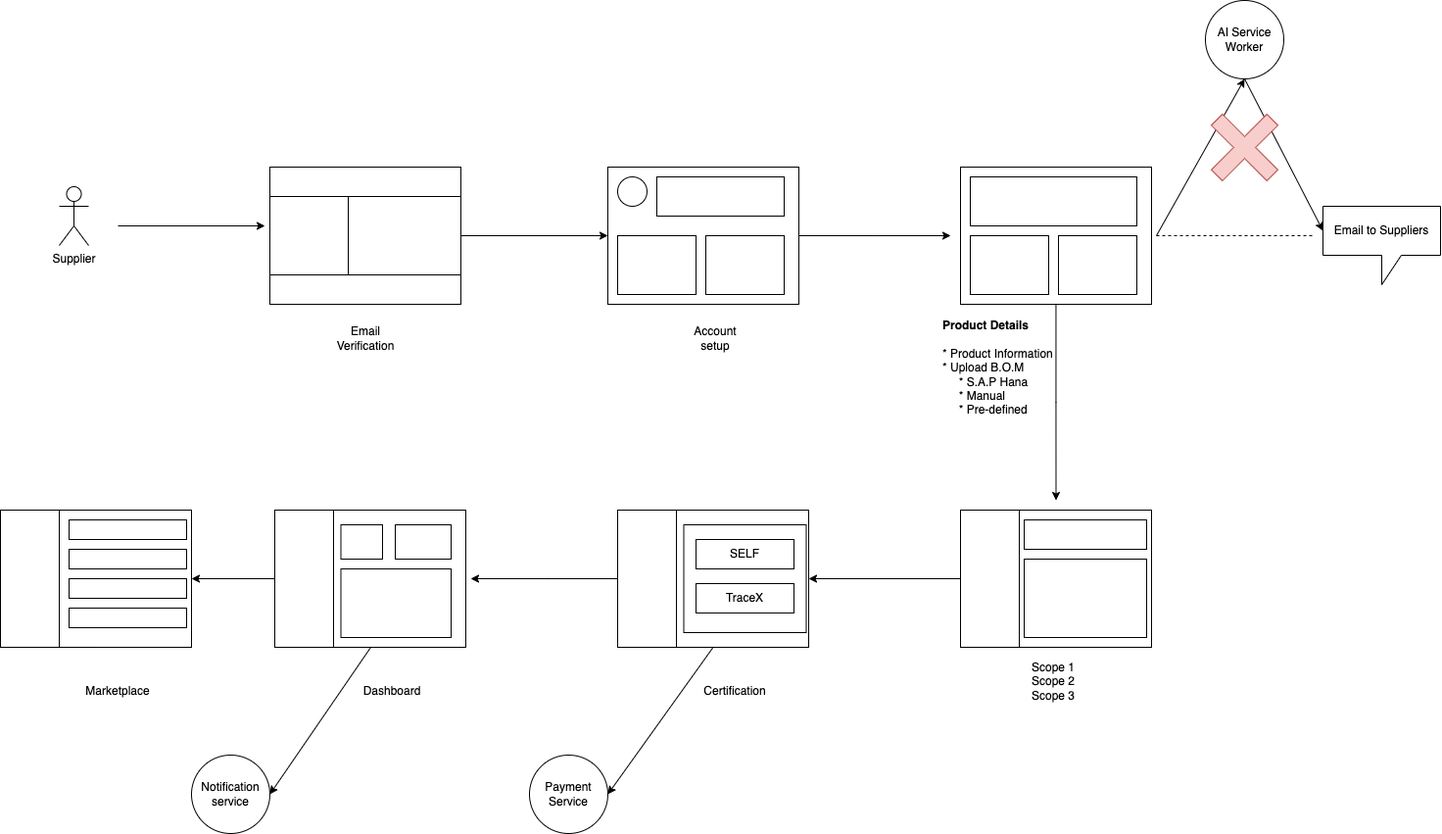
The draw.io diagram system-diagram-tracex.drawio.png in PriyathamVarma/traceX, before a commit. Source tidied: cells renumbered, new cells last; positions are measured from the earlier drawing's top-left corner, leaving out a move shared by most shapes.
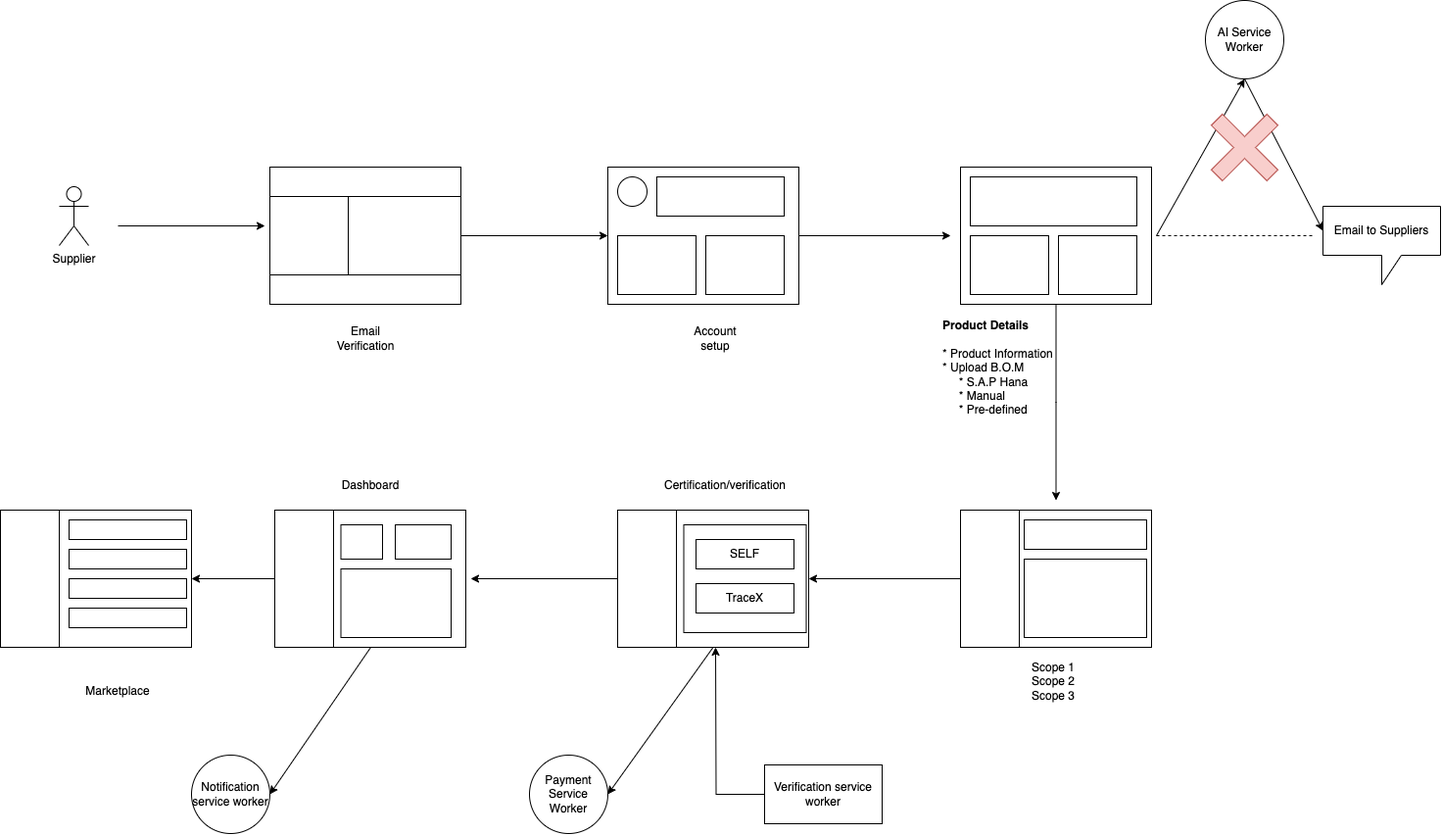
After the change.

The edit, as a diff of the source:
```diff
@@ -127,8 +127,8 @@
     <mxCell id="38" style="rounded=0;whiteSpace=wrap;html=1;" parent="1" vertex="1">
       <mxGeometry x="630" y="520" width="60" height="140" as="geometry" />
     </mxCell>
-    <mxCell id="39" value="Certification" style="text;html=1;strokeColor=none;fillColor=none;align=center;verticalAlign=middle;whiteSpace=wrap;rounded=0;" parent="1" vertex="1">
-      <mxGeometry x="720" y="690" width="60" height="30" as="geometry" />
+    <mxCell id="39" value="Certification/verification" style="text;html=1;strokeColor=none;fillColor=none;align=center;verticalAlign=middle;whiteSpace=wrap;rounded=0;" parent="1" vertex="1">
+      <mxGeometry x="710" y="480" width="60" height="30" as="geometry" />
     </mxCell>
     <mxCell id="40" value="SELF" style="rounded=0;whiteSpace=wrap;html=1;" parent="1" vertex="1">
       <mxGeometry x="710" y="550" width="100" height="30" as="geometry" />
@@ -136,7 +136,7 @@
     <mxCell id="41" value="TraceX" style="rounded=0;whiteSpace=wrap;html=1;" parent="1" vertex="1">
       <mxGeometry x="710" y="595" width="100" height="30" as="geometry" />
     </mxCell>
-    <mxCell id="42" value="Payment Service" style="ellipse;whiteSpace=wrap;html=1;" parent="1" vertex="1">
+    <mxCell id="42" value="Payment Service Worker" style="ellipse;whiteSpace=wrap;html=1;" parent="1" vertex="1">
       <mxGeometry x="540" y="770" width="80" height="80" as="geometry" />
     </mxCell>
     <mxCell id="43" style="endArrow=classic;html=1;rounded=0;exitX=0.5;exitY=1;exitDx=0;exitDy=0;entryX=1;entryY=0.5;entryDx=0;entryDy=0;" parent="1" edge="1" source="35" target="42">
@@ -155,7 +155,7 @@
       <mxGeometry x="280" y="520" width="60" height="140" as="geometry" />
     </mxCell>
     <mxCell id="48" value="Dashboard" style="text;html=1;strokeColor=none;fillColor=none;align=center;verticalAlign=middle;whiteSpace=wrap;rounded=0;" parent="1" vertex="1">
-      <mxGeometry x="370" y="690" width="60" height="30" as="geometry" />
+      <mxGeometry x="347.5" y="480" width="60" height="30" as="geometry" />
     </mxCell>
     <mxCell id="49" style="rounded=0;whiteSpace=wrap;html=1;" parent="1" vertex="1">
       <mxGeometry x="403" y="535" width="57" height="35" as="geometry" />
@@ -184,7 +184,7 @@
     <mxCell id="57" value="Marketplace" style="text;html=1;strokeColor=none;fillColor=none;align=center;verticalAlign=middle;whiteSpace=wrap;rounded=0;" parent="1" vertex="1">
       <mxGeometry x="90" y="690" width="60" height="30" as="geometry" />
     </mxCell>
-    <mxCell id="58" value="Notification service" style="ellipse;whiteSpace=wrap;html=1;" parent="1" vertex="1">
+    <mxCell id="58" value="Notification service worker" style="ellipse;whiteSpace=wrap;html=1;" parent="1" vertex="1">
       <mxGeometry x="195" y="770" width="80" height="80" as="geometry" />
     </mxCell>
     <mxCell id="59" style="endArrow=classic;html=1;rounded=0;exitX=0.5;exitY=1;exitDx=0;exitDy=0;entryX=1;entryY=0.5;entryDx=0;entryDy=0;" parent="1" edge="1" target="58">
@@ -192,5 +192,13 @@
         <mxPoint x="378" y="660" as="sourcePoint" />
       </mxGeometry>
     </mxCell>
+    <mxCell id="60" style="edgeStyle=orthogonalEdgeStyle;rounded=0;jettySize=auto;html=1;" parent="1" edge="1" source="61">
+      <mxGeometry relative="1" as="geometry">
+        <mxPoint x="730" y="660" as="targetPoint" />
+      </mxGeometry>
+    </mxCell>
+    <mxCell id="61" value="Verification service worker" style="rounded=0;whiteSpace=wrap;html=1;" parent="1" vertex="1">
+      <mxGeometry x="780" y="780" width="120" height="60" as="geometry" />
+    </mxCell>
   </root>
 </mxGraphModel>
```
